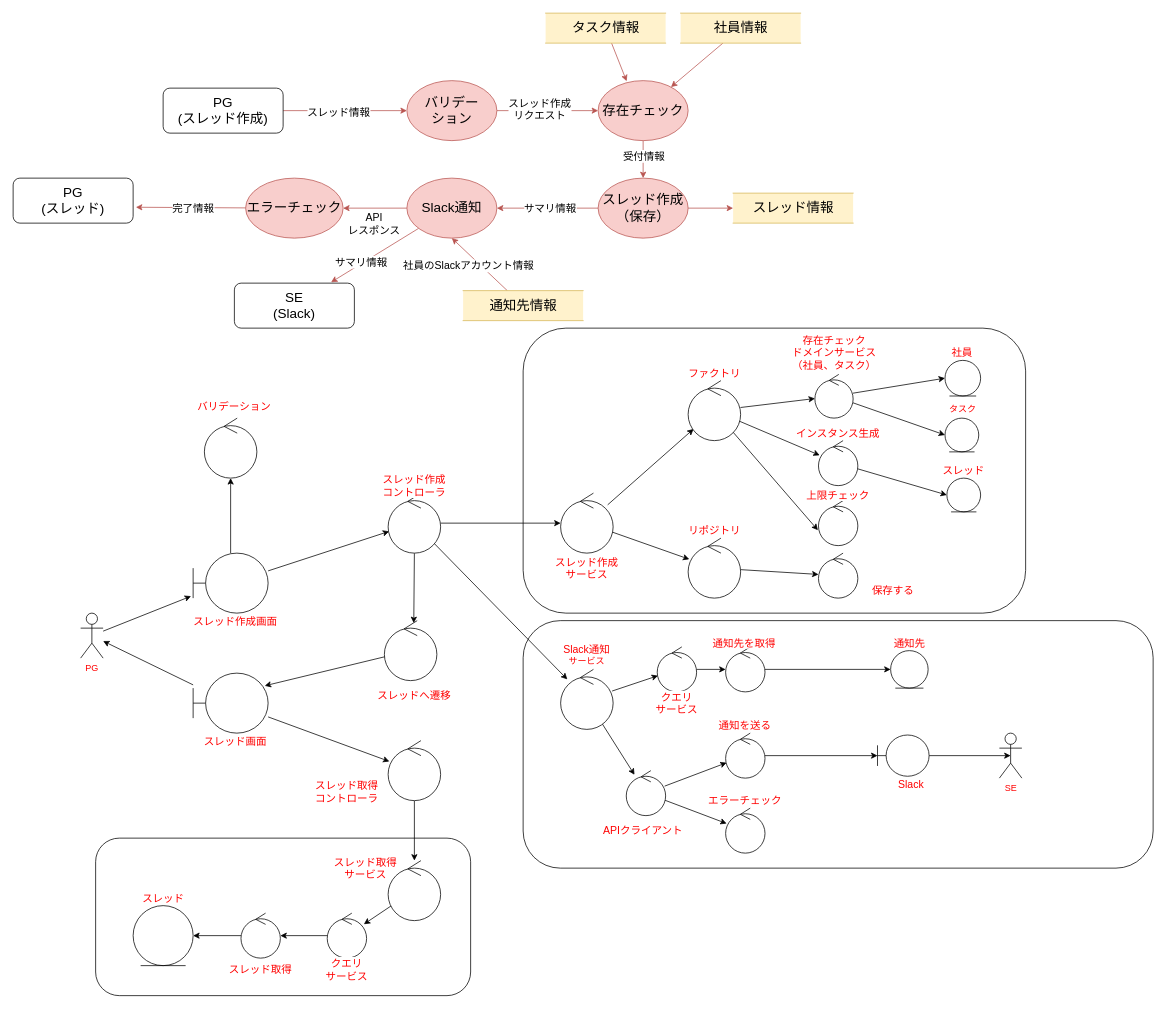
EijiToriki/desigin_practice keeps this draw.io diagram as 69_Robustness_diagram.drawio. Above is the earlier version. Source tidied: cells renumbered, new cells numbered last; positions are measured from the earlier drawing's top-left corner, leaving out a move shared by most shapes. Both pictures are drawn from the tidied source at 75%, with x=0, y=0 at pixel (13, 13).
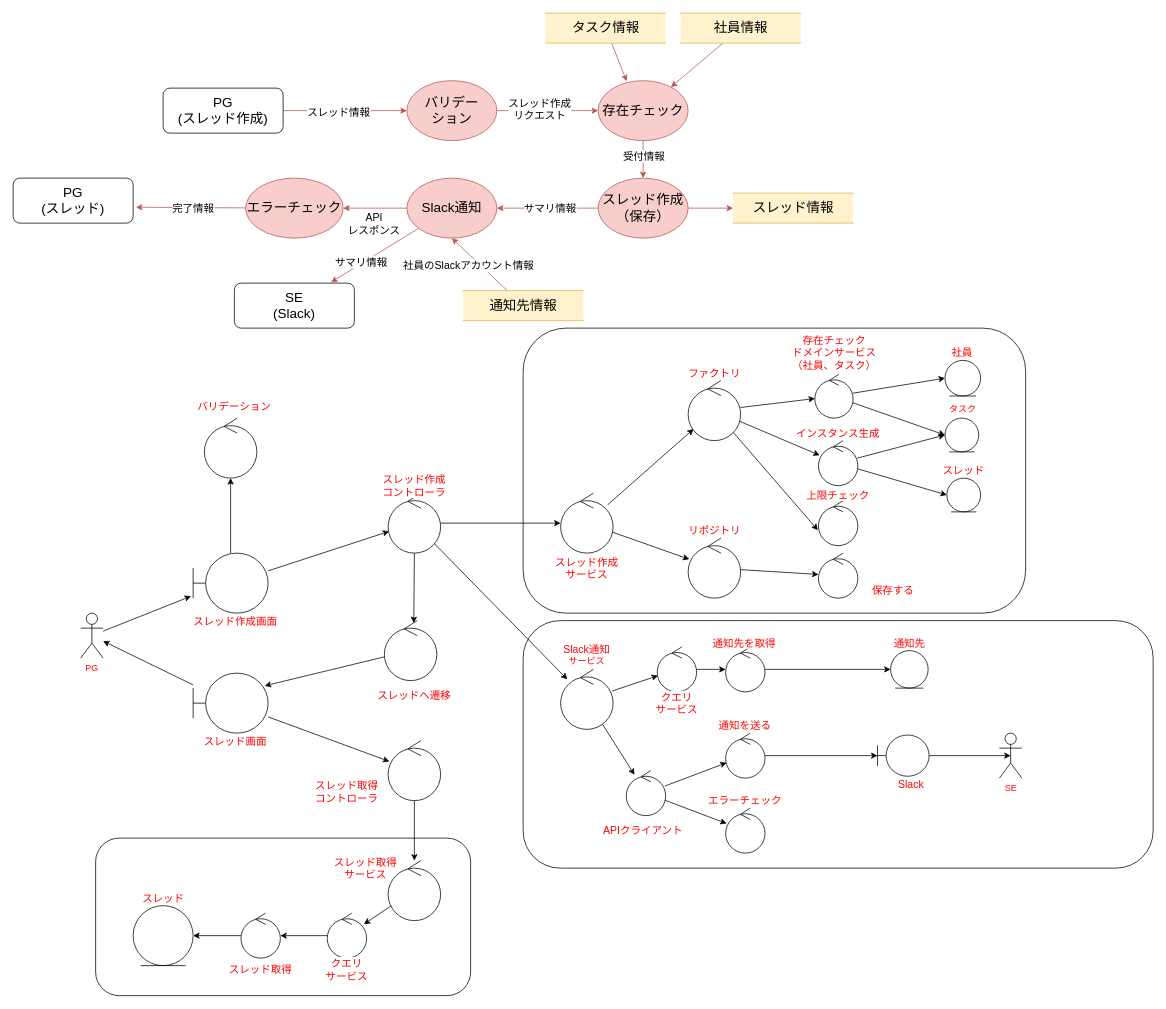
The same page after the edit.

Commit message (it also covers changes not shown here):
シーケンス図：完了

The change refers to these unchanged cells:
```xml
<mxCell id="75" style="ellipse;shape=umlEntity;whiteSpace=wrap;html=1;fontColor=#FF0000;" parent="1" vertex="1">
  <mxGeometry x="1242.5" y="540" width="45" height="45" as="geometry" />
</mxCell>
<mxCell id="92" style="ellipse;shape=umlControl;whiteSpace=wrap;html=1;" parent="1" vertex="1">
  <mxGeometry x="1073.8" y="570" width="52.5" height="60" as="geometry" />
</mxCell>
```

Change to the diagram source:
```diff
@@
+    <mxCell id="125" style="edgeStyle=none;html=1;entryX=0;entryY=0.5;entryDx=0;entryDy=0;" parent="1" edge="1" source="92" target="75">
+      <mxGeometry relative="1" as="geometry" />
+    </mxCell>
```
